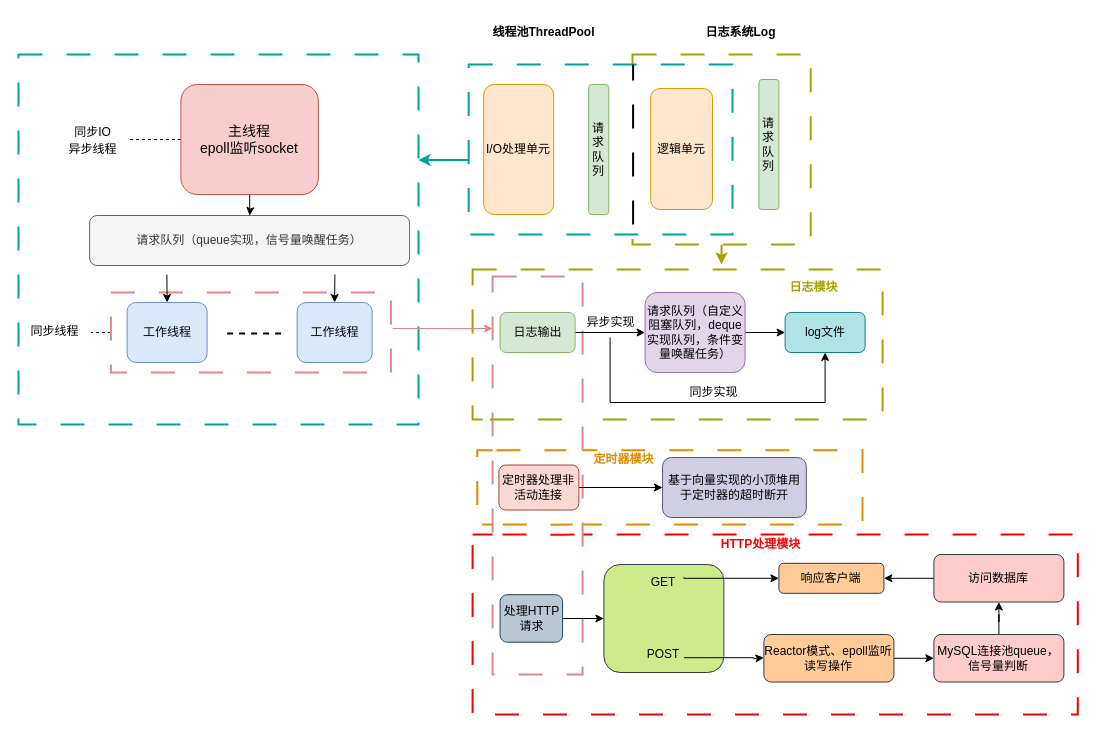
Above: HTTP.drawio in Sahala08/HTTPServer (draw.io), before the change. Source tidied: cells renumbered, new cells numbered last; positions are measured from the earlier drawing's top-left corner, leaving out a move shared by most shapes. Both pictures are drawn from the tidied source at 100%, with x=0, y=0 at pixel (18, 17).
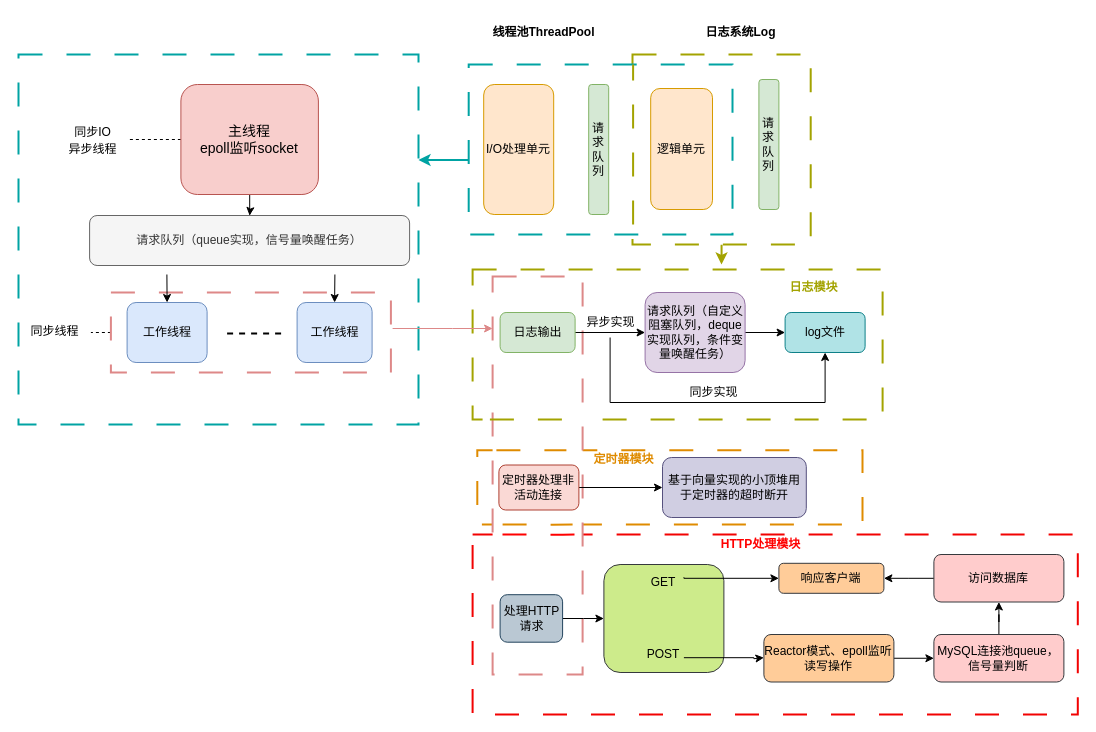
Above is the later version.

Diff of the diagram source:
```diff
@@
-    <mxCell id="54" style="endArrow=none;dashed=1;html=1;rounded=0;strokeColor=#000000;strokeWidth=2;fontSize=12;dashPattern=12 12;" parent="1" edge="1">
+    <mxCell id="54" style="endArrow=none;dashed=1;html=1;rounded=0;strokeColor=#a3a300;strokeWidth=2;fontSize=12;dashPattern=12 12;" parent="1" edge="1">
       <mxGeometry relative="1" as="geometry">
         <mxPoint x="614.6" y="207" as="sourcePoint" />
         <mxPoint x="614.6" y="47" as="targetPoint" />
       </mxGeometry>
     </mxCell>
```
